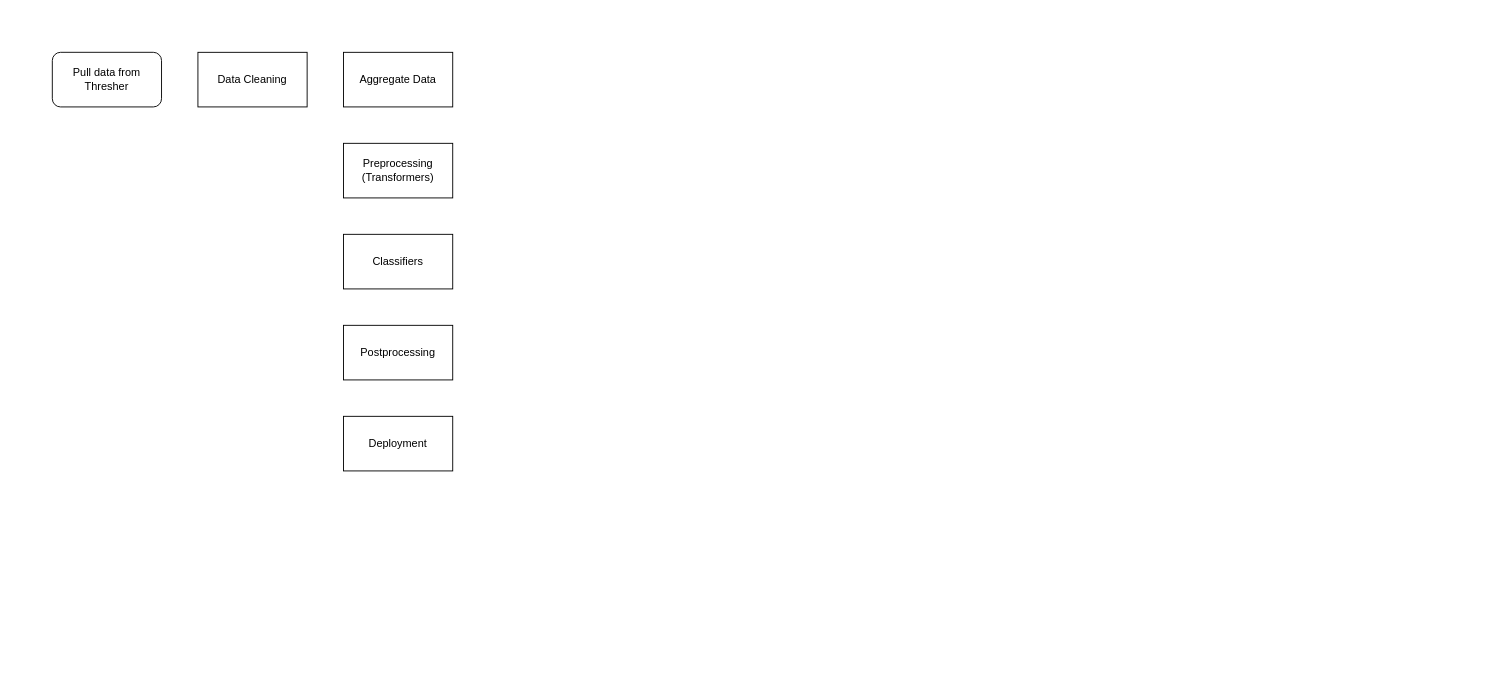
Before: Untitled Diagram.drawio in jason-rogers-data-scientist/jason-rogers-data-scientist, a draw.io diagram. Source tidied: cells renumbered, new cells numbered last; positions are measured from the earlier drawing's top-left corner, leaving out a move shared by most shapes. Both pictures are drawn from the tidied source at 91%, with x=0, y=0 at pixel (52, 52).
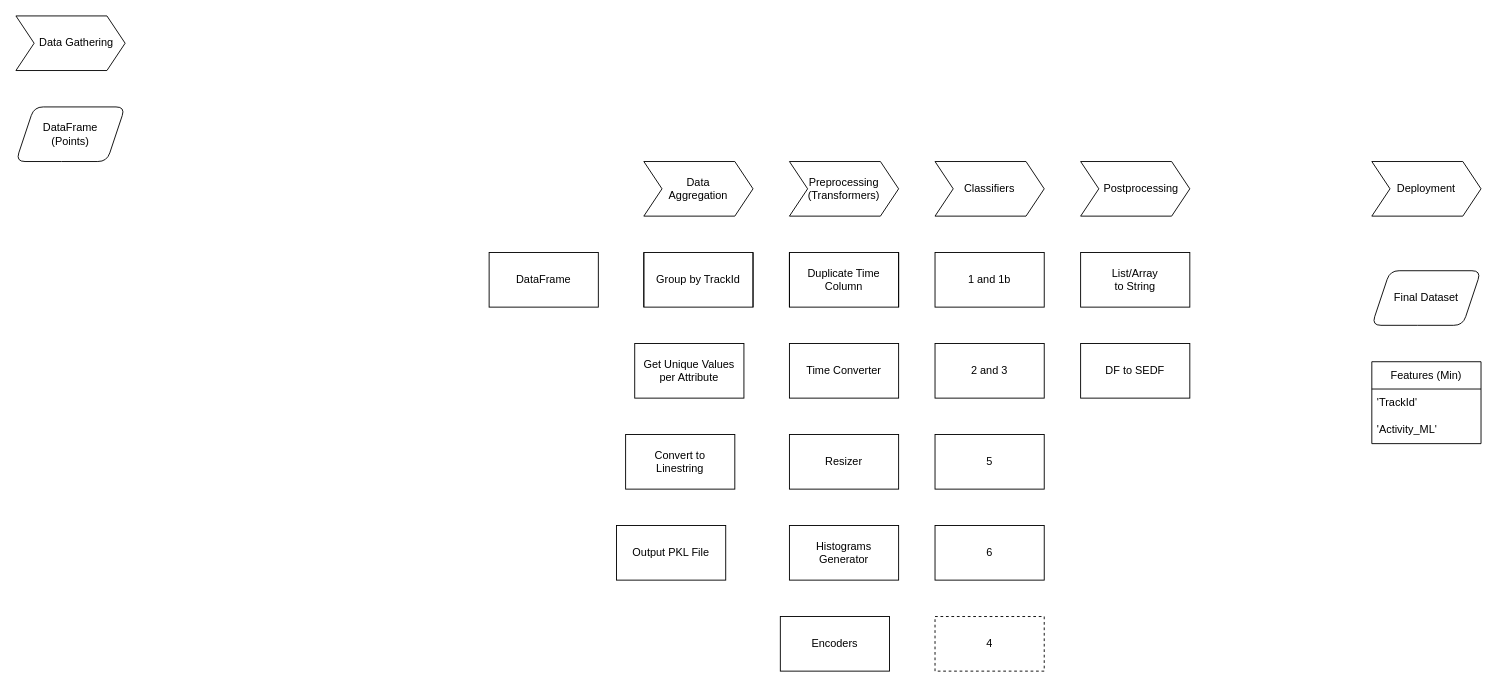
Above is the later version.

Change to the diagram source:
```diff
@@
-    <mxCell id="2" value="Pull data from Thresher" style="rounded=1;whiteSpace=wrap;html=1;" parent="1" vertex="1">
-      <mxGeometry width="120" height="60" as="geometry" />
+    <mxCell id="2" value="&amp;nbsp; &amp;nbsp; Data Gathering" style="rounded=0;whiteSpace=wrap;html=1;shape=step;perimeter=stepPerimeter;fixedSize=1;" parent="1" vertex="1">
+      <mxGeometry x="-40" y="-40" width="120" height="60" as="geometry" />
     </mxCell>
-    <mxCell id="3" value="Aggregate Data" style="rounded=0;whiteSpace=wrap;html=1;" parent="1" vertex="1">
-      <mxGeometry x="320" width="120" height="60" as="geometry" />
+    <mxCell id="3" value="Data&lt;br&gt;Aggregation" style="rounded=0;whiteSpace=wrap;html=1;shape=step;perimeter=stepPerimeter;fixedSize=1;" parent="1" vertex="1">
+      <mxGeometry x="650" y="120" width="120" height="60" as="geometry" />
     </mxCell>
-    <mxCell id="4" value="Data Cleaning" style="rounded=0;whiteSpace=wrap;html=1;" parent="1" vertex="1">
-      <mxGeometry x="160" width="120" height="60" as="geometry" />
-    </mxCell>
-    <mxCell id="5" value="Preprocessing (Transformers)" style="rounded=0;whiteSpace=wrap;html=1;" parent="1" vertex="1">
-      <mxGeometry x="320" y="100" width="120" height="60" as="geometry" />
+    <mxCell id="5" value="Preprocessing (Transformers)" style="rounded=0;whiteSpace=wrap;html=1;shape=step;perimeter=stepPerimeter;fixedSize=1;" parent="1" vertex="1">
+      <mxGeometry x="810" y="120" width="120" height="60" as="geometry" />
     </mxCell>
-    <mxCell id="6" value="Classifiers" style="rounded=0;whiteSpace=wrap;html=1;" parent="1" vertex="1">
-      <mxGeometry x="320" y="200" width="120" height="60" as="geometry" />
+    <mxCell id="6" value="Classifiers" style="rounded=0;whiteSpace=wrap;html=1;shape=step;perimeter=stepPerimeter;fixedSize=1;" parent="1" vertex="1">
+      <mxGeometry x="970" y="120" width="120" height="60" as="geometry" />
     </mxCell>
-    <mxCell id="7" value="Postprocessing" style="rounded=0;whiteSpace=wrap;html=1;" parent="1" vertex="1">
-      <mxGeometry x="320" y="300" width="120" height="60" as="geometry" />
+    <mxCell id="7" value="&amp;nbsp; &amp;nbsp; Postprocessing" style="rounded=0;whiteSpace=wrap;html=1;shape=step;perimeter=stepPerimeter;fixedSize=1;" parent="1" vertex="1">
+      <mxGeometry x="1130" y="120" width="120" height="60" as="geometry" />
     </mxCell>
-    <mxCell id="8" value="Deployment" style="rounded=0;whiteSpace=wrap;html=1;" parent="1" vertex="1">
-      <mxGeometry x="320" y="400" width="120" height="60" as="geometry" />
+    <mxCell id="8" value="Deployment" style="rounded=0;whiteSpace=wrap;html=1;shape=step;perimeter=stepPerimeter;fixedSize=1;" parent="1" vertex="1">
+      <mxGeometry x="1450" y="120" width="120" height="60" as="geometry" />
     </mxCell>
+    <mxCell id="9" value="Group by TrackId" style="shape=process;whiteSpace=wrap;html=1;fixedSize=1;backgroundOutline=1;" parent="1" vertex="1">
+      <mxGeometry x="650" y="220" width="120" height="60" as="geometry" />
+    </mxCell>
+    <mxCell id="10" value="DataFrame" style="shape=label;whiteSpace=wrap;html=1;fixedSize=1;rounded=0;" parent="1" vertex="1">
+      <mxGeometry x="480" y="220" width="120" height="60" as="geometry" />
+    </mxCell>
+    <mxCell id="11" value="Get Unique Values per Attribute" style="shape=label;whiteSpace=wrap;html=1;fixedSize=1;rounded=0;" parent="1" vertex="1">
+      <mxGeometry x="640" y="320" width="120" height="60" as="geometry" />
+    </mxCell>
+    <mxCell id="12" value="Convert to&lt;br&gt;Linestring" style="shape=label;whiteSpace=wrap;html=1;fixedSize=1;rounded=0;" parent="1" vertex="1">
+      <mxGeometry x="630" y="420" width="120" height="60" as="geometry" />
+    </mxCell>
+    <mxCell id="13" value="Final Dataset" style="rounded=1;whiteSpace=wrap;html=1;shape=parallelogram;perimeter=parallelogramPerimeter;fixedSize=1;" parent="1" vertex="1">
+      <mxGeometry x="1450" y="240" width="120" height="60" as="geometry" />
+    </mxCell>
+    <mxCell id="14" value="Output PKL File" style="shape=label;whiteSpace=wrap;html=1;fixedSize=1;rounded=0;" parent="1" vertex="1">
+      <mxGeometry x="620" y="520" width="120" height="60" as="geometry" />
+    </mxCell>
+    <mxCell id="15" value="Resizer" style="shape=label;whiteSpace=wrap;html=1;fixedSize=1;rounded=0;" parent="1" vertex="1">
+      <mxGeometry x="810" y="420" width="120" height="60" as="geometry" />
+    </mxCell>
+    <mxCell id="16" value="Time Converter" style="shape=label;whiteSpace=wrap;html=1;fixedSize=1;rounded=0;" parent="1" vertex="1">
+      <mxGeometry x="810" y="320" width="120" height="60" as="geometry" />
+    </mxCell>
+    <mxCell id="17" value="Duplicate Time Column" style="shape=process;whiteSpace=wrap;html=1;fixedSize=1;backgroundOutline=1;" parent="1" vertex="1">
+      <mxGeometry x="810" y="220" width="120" height="60" as="geometry" />
+    </mxCell>
+    <mxCell id="18" value="Histograms Generator" style="shape=label;whiteSpace=wrap;html=1;fixedSize=1;rounded=0;" parent="1" vertex="1">
+      <mxGeometry x="810" y="520" width="120" height="60" as="geometry" />
+    </mxCell>
+    <mxCell id="19" value="Encoders" style="shape=label;whiteSpace=wrap;html=1;fixedSize=1;rounded=0;" parent="1" vertex="1">
+      <mxGeometry x="800" y="620" width="120" height="60" as="geometry" />
+    </mxCell>
+    <mxCell id="20" value="1 and 1b" style="shape=label;whiteSpace=wrap;html=1;fixedSize=1;rounded=0;" parent="1" vertex="1">
+      <mxGeometry x="970" y="220" width="120" height="60" as="geometry" />
+    </mxCell>
+    <mxCell id="21" value="2 and 3" style="shape=label;whiteSpace=wrap;html=1;fixedSize=1;rounded=0;" parent="1" vertex="1">
+      <mxGeometry x="970" y="320" width="120" height="60" as="geometry" />
+    </mxCell>
+    <mxCell id="22" value="5" style="shape=label;whiteSpace=wrap;html=1;fixedSize=1;rounded=0;" parent="1" vertex="1">
+      <mxGeometry x="970" y="420" width="120" height="60" as="geometry" />
+    </mxCell>
+    <mxCell id="23" value="6" style="shape=label;whiteSpace=wrap;html=1;fixedSize=1;rounded=0;" parent="1" vertex="1">
+      <mxGeometry x="970" y="520" width="120" height="60" as="geometry" />
+    </mxCell>
+    <mxCell id="24" value="4" style="shape=label;whiteSpace=wrap;html=1;fixedSize=1;dashed=1;rounded=0;" parent="1" vertex="1">
+      <mxGeometry x="970" y="620" width="120" height="60" as="geometry" />
+    </mxCell>
+    <mxCell id="25" value="List/Array&lt;br&gt;to String" style="shape=label;whiteSpace=wrap;html=1;fixedSize=1;rounded=0;" parent="1" vertex="1">
+      <mxGeometry x="1130" y="220" width="120" height="60" as="geometry" />
+    </mxCell>
+    <mxCell id="26" value="DF to SEDF" style="shape=label;whiteSpace=wrap;html=1;fixedSize=1;rounded=0;" parent="1" vertex="1">
+      <mxGeometry x="1130" y="320" width="120" height="60" as="geometry" />
+    </mxCell>
+    <mxCell id="27" value="Features (Min)" style="swimlane;fontStyle=0;horizontal=1;startSize=30;whiteSpace=wrap;html=1;" parent="1" vertex="1">
+      <mxGeometry x="1450" y="340" width="120" height="90" as="geometry" />
+    </mxCell>
+    <mxCell id="28" value="'TrackId'" style="text;strokeColor=none;fillColor=none;align=left;verticalAlign=middle;spacingLeft=4;spacingRight=4;overflow=hidden;whiteSpace=wrap;html=1;" parent="27" vertex="1">
+      <mxGeometry y="30" width="120" height="30" as="geometry" />
+    </mxCell>
+    <mxCell id="29" value="'Activity_ML'" style="text;strokeColor=none;fillColor=none;align=left;verticalAlign=middle;spacingLeft=4;spacingRight=4;overflow=hidden;whiteSpace=wrap;html=1;" parent="27" vertex="1">
+      <mxGeometry y="60" width="120" height="30" as="geometry" />
+    </mxCell>
+    <mxCell id="30" value="DataFrame&lt;br&gt;(Points)" style="shape=parallelogram;perimeter=parallelogramPerimeter;whiteSpace=wrap;html=1;fixedSize=1;rounded=1;" parent="1" vertex="1">
+      <mxGeometry x="-40" y="60" width="120" height="60" as="geometry" />
+    </mxCell>
```
